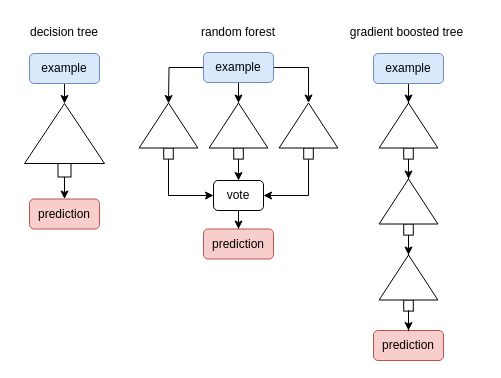
Earlier version of the draw.io diagram decision-tree.drawio (Zhang-Liao/draw-io). Source tidied: cells renumbered, new cells numbered last; positions are measured from the earlier drawing's top-left corner, leaving out a move shared by most shapes. Both pictures are drawn from the tidied source at 100%, with x=0, y=0 at pixel (17, 17).
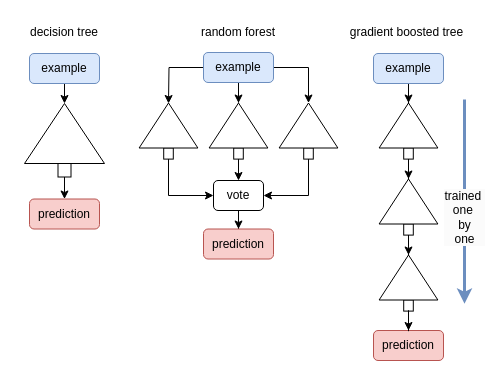
The same diagram, later.

Change to the diagram source:
```diff
@@
+    <mxCell id="46" style="endArrow=classic;html=1;rounded=0;fillColor=#dae8fc;strokeColor=#6c8ebf;strokeWidth=3;" parent="1" edge="1">
+      <mxGeometry relative="1" as="geometry">
+        <mxPoint x="447" y="82" as="sourcePoint" />
+        <mxPoint x="447" y="286.2" as="targetPoint" />
+      </mxGeometry>
+    </mxCell>
+    <mxCell id="47" value="&lt;span style=&quot;font-size: 12px; text-wrap-mode: wrap; background-color: rgb(251, 251, 251);&quot;&gt;trained&amp;nbsp;&lt;/span&gt;&lt;div style=&quot;font-size: 12px; text-wrap-mode: wrap; background-color: rgb(251, 251, 251);&quot;&gt;one&amp;nbsp;&lt;/div&gt;&lt;div style=&quot;font-size: 12px; text-wrap-mode: wrap; background-color: rgb(251, 251, 251);&quot;&gt;by&lt;/div&gt;&lt;div style=&quot;font-size: 12px; text-wrap-mode: wrap; background-color: rgb(251, 251, 251);&quot;&gt;one&lt;/div&gt;" style="edgeLabel;html=1;align=center;verticalAlign=middle;" parent="46" vertex="1">
+      <mxGeometry x="0.14" y="-1" relative="1" as="geometry">
+        <mxPoint y="1" as="offset" />
+      </mxGeometry>
+    </mxCell>
```
